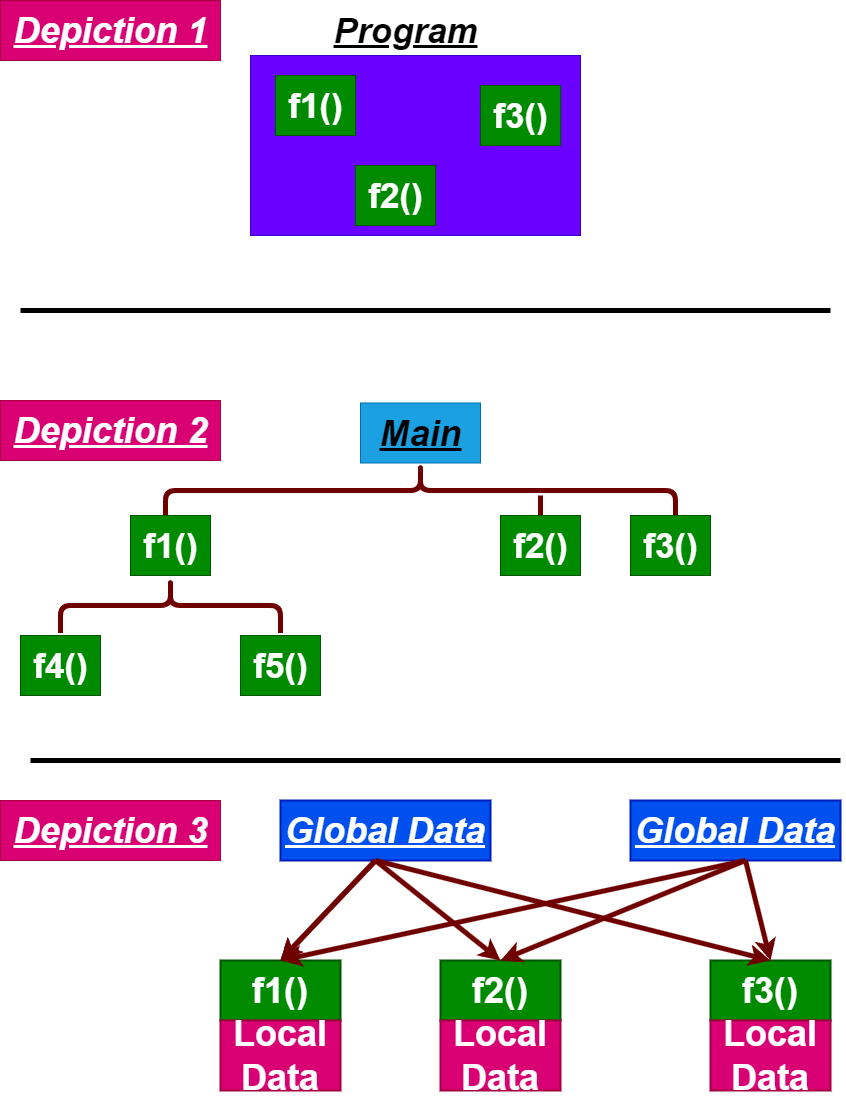
Above: Concepts/POP.png in ClasherV/CPP (draw.io), before the change. Source tidied: cells renumbered, new cells last; positions are measured from the earlier drawing's top-left corner, leaving out a move shared by most shapes.
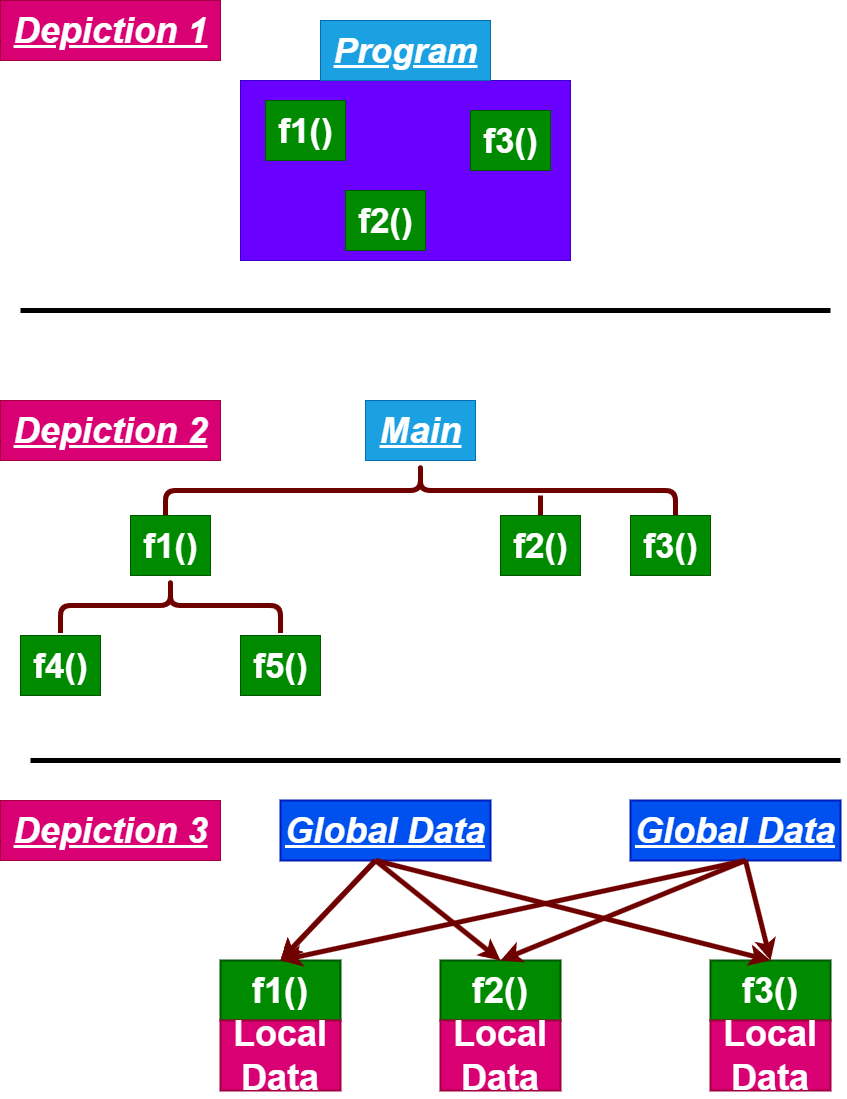
The same diagram one commit later.

Diff of the diagram source:
```diff
@@ -3,26 +3,17 @@
     <mxCell id="0" />
     <mxCell id="1" parent="0" />
     <mxCell id="2" style="rounded=0;whiteSpace=wrap;html=1;fillColor=#6a00ff;strokeColor=#3700CC;fontColor=#ffffff;" parent="1" vertex="1">
-      <mxGeometry x="250" y="55" width="330" height="180" as="geometry" />
+      <mxGeometry x="240" y="80" width="330" height="180" as="geometry" />
     </mxCell>
-    <mxCell id="3" value="&lt;font style=&quot;font-size: 35px;&quot;&gt;&lt;b&gt;&lt;i&gt;&lt;u&gt;Program&lt;/u&gt;&lt;/i&gt;&lt;/b&gt;&lt;/font&gt;" style="text;html=1;align=center;verticalAlign=middle;strokeColor=none;fillColor=none;" parent="1" vertex="1">
-      <mxGeometry x="320" width="170" height="60" as="geometry" />
-    </mxCell>
     <mxCell id="4" value="&lt;b&gt;f1()&lt;/b&gt;" style="text;html=1;align=center;verticalAlign=middle;strokeColor=#005700;fillColor=#008a00;fontSize=35;fontColor=#ffffff;" parent="1" vertex="1">
-      <mxGeometry x="275" y="75" width="80" height="60" as="geometry" />
+      <mxGeometry x="265" y="100" width="80" height="60" as="geometry" />
     </mxCell>
     <mxCell id="5" value="&lt;b&gt;f2()&lt;/b&gt;" style="text;html=1;align=center;verticalAlign=middle;strokeColor=#005700;fillColor=#008a00;fontSize=35;fontColor=#ffffff;" parent="1" vertex="1">
-      <mxGeometry x="355" y="165" width="80" height="60" as="geometry" />
+      <mxGeometry x="345" y="190" width="80" height="60" as="geometry" />
     </mxCell>
     <mxCell id="6" value="&lt;b&gt;f3()&lt;/b&gt;" style="text;html=1;align=center;verticalAlign=middle;strokeColor=#005700;fillColor=#008a00;fontSize=35;fontColor=#ffffff;" parent="1" vertex="1">
-      <mxGeometry x="480" y="85" width="80" height="60" as="geometry" />
+      <mxGeometry x="470" y="110" width="80" height="60" as="geometry" />
     </mxCell>
-    <mxCell id="7" style="rounded=0;whiteSpace=wrap;html=1;strokeWidth=1;fontSize=35;fillColor=#1ba1e2;fontColor=#ffffff;strokeColor=#006EAF;" parent="1" vertex="1">
-      <mxGeometry x="360" y="402.5" width="120" height="60" as="geometry" />
-    </mxCell>
-    <mxCell id="8" value="&lt;b&gt;&lt;i&gt;&lt;u&gt;Main&lt;/u&gt;&lt;/i&gt;&lt;/b&gt;" style="text;html=1;align=center;verticalAlign=middle;fontSize=36;strokeWidth=1;" parent="1" vertex="1">
-      <mxGeometry x="365" y="402.5" width="110" height="60" as="geometry" />
-    </mxCell>
     <mxCell id="9" style="shape=curlyBracket;whiteSpace=wrap;html=1;rounded=1;flipH=1;labelPosition=right;verticalLabelPosition=middle;align=left;verticalAlign=middle;strokeWidth=5;fontSize=36;rotation=-90;fillColor=#a20025;strokeColor=#6F0000;fontColor=#ffffff;" parent="1" vertex="1">
       <mxGeometry x="392.5" y="235" width="55" height="510" as="geometry" />
     </mxCell>
@@ -132,5 +123,11 @@
         <mxPoint x="840" y="760" as="targetPoint" />
       </mxGeometry>
     </mxCell>
+    <mxCell id="8" value="&lt;b&gt;&lt;i&gt;&lt;u&gt;Main&lt;/u&gt;&lt;/i&gt;&lt;/b&gt;" style="text;html=1;align=center;verticalAlign=middle;fontSize=36;strokeWidth=1;fillColor=#1ba1e2;fontColor=#ffffff;strokeColor=#006EAF;" parent="1" vertex="1">
+      <mxGeometry x="365" y="400" width="110" height="60" as="geometry" />
+    </mxCell>
+    <mxCell id="3" value="&lt;font style=&quot;font-size: 35px;&quot;&gt;&lt;b&gt;&lt;i&gt;&lt;u&gt;Program&lt;/u&gt;&lt;/i&gt;&lt;/b&gt;&lt;/font&gt;" style="text;html=1;align=center;verticalAlign=middle;fillColor=#1ba1e2;fontColor=#ffffff;strokeColor=#006EAF;" parent="1" vertex="1">
+      <mxGeometry x="320" y="20" width="170" height="60" as="geometry" />
+    </mxCell>
   </root>
 </mxGraphModel>
```
